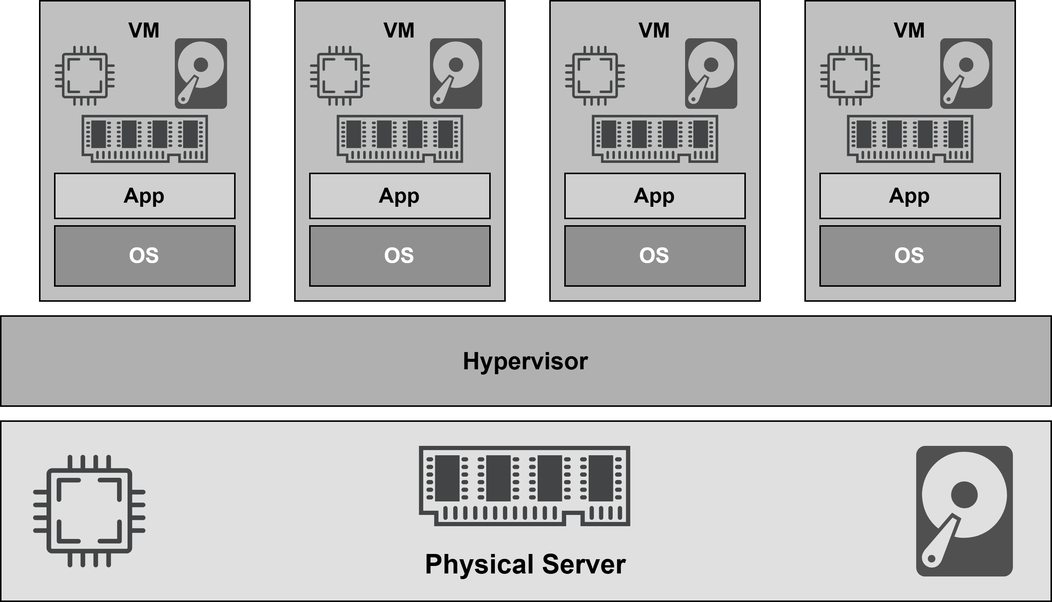
Earlier version of the draw.io export figures/poultonDockerDeepDive2019-vms.png (andygruber/master-thesis-mcce). Source tidied: cells renumbered, new cells last; positions are measured from the earlier drawing's top-left corner, leaving out a move shared by most shapes.
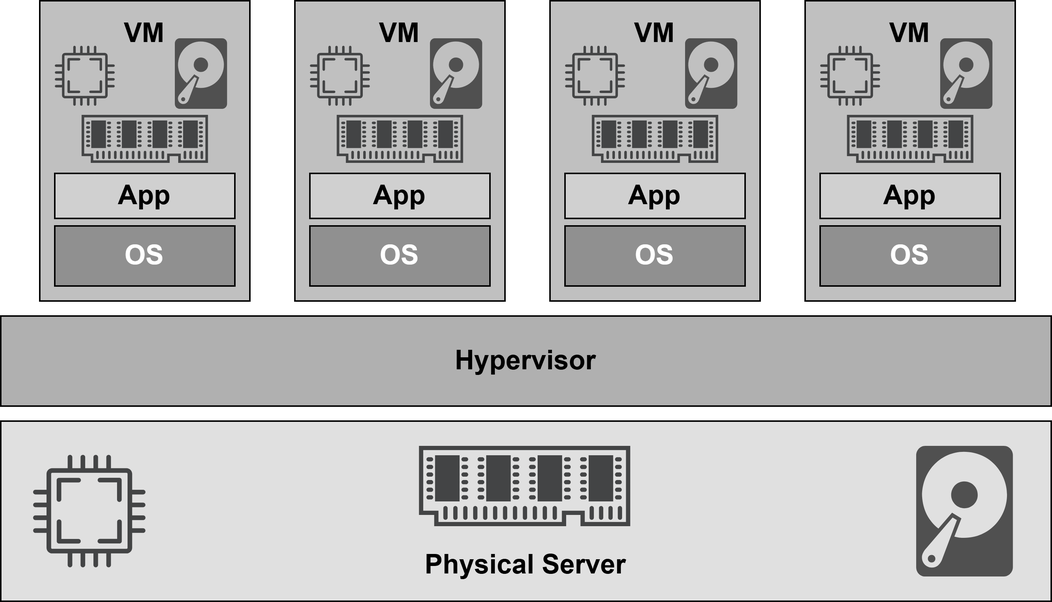
After the commit.

Change to the diagram source:
```diff
@@ -5,16 +5,16 @@
     <mxCell id="2" value="Physical Server" style="rounded=0;whiteSpace=wrap;html=1;fillColor=#E0E0E0;strokeColor=#000000;fontColor=#000000;fontSize=18;fontStyle=1;verticalAlign=bottom;spacingBottom=10;" parent="1" vertex="1">
       <mxGeometry y="280" width="700" height="120" as="geometry" />
     </mxCell>
-    <mxCell id="3" value="Hypervisor" style="rounded=0;whiteSpace=wrap;html=1;fillColor=#B0B0B0;strokeColor=#000000;fontColor=#000000;fontSize=16;fontStyle=1;" parent="1" vertex="1">
+    <mxCell id="3" value="Hypervisor" style="rounded=0;whiteSpace=wrap;html=1;fillColor=#B0B0B0;strokeColor=#000000;fontColor=#000000;fontSize=18;fontStyle=1;" parent="1" vertex="1">
       <mxGeometry y="210" width="700" height="60" as="geometry" />
     </mxCell>
-    <mxCell id="4" value="VM" style="rounded=0;whiteSpace=wrap;html=1;fillColor=#C0C0C0;strokeColor=#000000;fontColor=#000000;fontSize=14;fontStyle=1;verticalAlign=top;spacingTop=5;" parent="1" vertex="1">
+    <mxCell id="4" value="VM" style="rounded=0;whiteSpace=wrap;html=1;fillColor=#C0C0C0;strokeColor=#000000;fontColor=#000000;fontSize=18;fontStyle=1;verticalAlign=top;spacingTop=5;" parent="1" vertex="1">
       <mxGeometry x="26" width="140" height="200" as="geometry" />
     </mxCell>
-    <mxCell id="5" value="OS" style="rounded=0;whiteSpace=wrap;html=1;fillColor=#909090;strokeColor=#000000;fontColor=#FFFFFF;fontSize=14;fontStyle=1;" parent="1" vertex="1">
+    <mxCell id="5" value="OS" style="rounded=0;whiteSpace=wrap;html=1;fillColor=#909090;strokeColor=#000000;fontColor=#FFFFFF;fontSize=18;fontStyle=1;" parent="1" vertex="1">
       <mxGeometry x="36" y="150" width="120" height="40" as="geometry" />
     </mxCell>
-    <mxCell id="6" value="App" style="rounded=0;whiteSpace=wrap;html=1;fillColor=#D0D0D0;strokeColor=#000000;fontColor=#000000;fontSize=14;fontStyle=1;" parent="1" vertex="1">
+    <mxCell id="6" value="App" style="rounded=0;whiteSpace=wrap;html=1;fillColor=#D0D0D0;strokeColor=#000000;fontColor=#000000;fontSize=18;fontStyle=1;" parent="1" vertex="1">
       <mxGeometry x="36" y="115" width="120" height="30" as="geometry" />
     </mxCell>
     <mxCell id="7" style="sketch=0;shadow=0;dashed=0;html=1;strokeColor=none;fillColor=#505050;labelPosition=center;verticalLabelPosition=bottom;verticalAlign=top;align=center;shape=mxgraph.office.devices.hard_disk;" parent="1" vertex="1">
@@ -35,13 +35,13 @@
     <mxCell id="12" style="sketch=0;shadow=0;dashed=0;html=1;strokeColor=none;fillColor=#434445;labelPosition=center;verticalLabelPosition=bottom;verticalAlign=top;align=center;shape=mxgraph.vvd.memory;" parent="1" vertex="1">
       <mxGeometry x="53.9" y="76" width="84.2" height="32" as="geometry" />
     </mxCell>
-    <mxCell id="13" value="VM" style="rounded=0;whiteSpace=wrap;html=1;fillColor=#C0C0C0;strokeColor=#000000;fontColor=#000000;fontSize=14;fontStyle=1;verticalAlign=top;spacingTop=5;" parent="1" vertex="1">
+    <mxCell id="13" value="VM" style="rounded=0;whiteSpace=wrap;html=1;fillColor=#C0C0C0;strokeColor=#000000;fontColor=#000000;fontSize=18;fontStyle=1;verticalAlign=top;spacingTop=5;" parent="1" vertex="1">
       <mxGeometry x="196" width="140" height="200" as="geometry" />
     </mxCell>
-    <mxCell id="14" value="OS" style="rounded=0;whiteSpace=wrap;html=1;fillColor=#909090;strokeColor=#000000;fontColor=#FFFFFF;fontSize=14;fontStyle=1;" parent="1" vertex="1">
+    <mxCell id="14" value="OS" style="rounded=0;whiteSpace=wrap;html=1;fillColor=#909090;strokeColor=#000000;fontColor=#FFFFFF;fontSize=18;fontStyle=1;" parent="1" vertex="1">
       <mxGeometry x="206" y="150" width="120" height="40" as="geometry" />
     </mxCell>
-    <mxCell id="15" value="App" style="rounded=0;whiteSpace=wrap;html=1;fillColor=#D0D0D0;strokeColor=#000000;fontColor=#000000;fontSize=14;fontStyle=1;" parent="1" vertex="1">
+    <mxCell id="15" value="App" style="rounded=0;whiteSpace=wrap;html=1;fillColor=#D0D0D0;strokeColor=#000000;fontColor=#000000;fontSize=18;fontStyle=1;" parent="1" vertex="1">
       <mxGeometry x="206" y="115" width="120" height="30" as="geometry" />
     </mxCell>
     <mxCell id="16" style="sketch=0;shadow=0;dashed=0;html=1;strokeColor=none;fillColor=#434445;labelPosition=center;verticalLabelPosition=bottom;verticalAlign=top;align=center;shape=mxgraph.vvd.cpu;" parent="1" vertex="1">
@@ -53,13 +53,13 @@
     <mxCell id="18" style="sketch=0;shadow=0;dashed=0;html=1;strokeColor=none;fillColor=#434445;labelPosition=center;verticalLabelPosition=bottom;verticalAlign=top;align=center;shape=mxgraph.vvd.memory;" parent="1" vertex="1">
       <mxGeometry x="223.9" y="76" width="84.2" height="32" as="geometry" />
     </mxCell>
-    <mxCell id="19" value="VM" style="rounded=0;whiteSpace=wrap;html=1;fillColor=#C0C0C0;strokeColor=#000000;fontColor=#000000;fontSize=14;fontStyle=1;verticalAlign=top;spacingTop=5;" parent="1" vertex="1">
+    <mxCell id="19" value="VM" style="rounded=0;whiteSpace=wrap;html=1;fillColor=#C0C0C0;strokeColor=#000000;fontColor=#000000;fontSize=18;fontStyle=1;verticalAlign=top;spacingTop=5;" parent="1" vertex="1">
       <mxGeometry x="366" width="140" height="200" as="geometry" />
     </mxCell>
-    <mxCell id="20" value="OS" style="rounded=0;whiteSpace=wrap;html=1;fillColor=#909090;strokeColor=#000000;fontColor=#FFFFFF;fontSize=14;fontStyle=1;" parent="1" vertex="1">
+    <mxCell id="20" value="OS" style="rounded=0;whiteSpace=wrap;html=1;fillColor=#909090;strokeColor=#000000;fontColor=#FFFFFF;fontSize=18;fontStyle=1;" parent="1" vertex="1">
       <mxGeometry x="376" y="150" width="120" height="40" as="geometry" />
     </mxCell>
-    <mxCell id="21" value="App" style="rounded=0;whiteSpace=wrap;html=1;fillColor=#D0D0D0;strokeColor=#000000;fontColor=#000000;fontSize=14;fontStyle=1;" parent="1" vertex="1">
+    <mxCell id="21" value="App" style="rounded=0;whiteSpace=wrap;html=1;fillColor=#D0D0D0;strokeColor=#000000;fontColor=#000000;fontSize=18;fontStyle=1;" parent="1" vertex="1">
       <mxGeometry x="376" y="115" width="120" height="30" as="geometry" />
     </mxCell>
     <mxCell id="22" style="sketch=0;shadow=0;dashed=0;html=1;strokeColor=none;fillColor=#434445;labelPosition=center;verticalLabelPosition=bottom;verticalAlign=top;align=center;shape=mxgraph.vvd.cpu;" parent="1" vertex="1">
@@ -71,13 +71,13 @@
     <mxCell id="24" style="sketch=0;shadow=0;dashed=0;html=1;strokeColor=none;fillColor=#434445;labelPosition=center;verticalLabelPosition=bottom;verticalAlign=top;align=center;shape=mxgraph.vvd.memory;" parent="1" vertex="1">
       <mxGeometry x="393.9" y="76" width="84.2" height="32" as="geometry" />
     </mxCell>
-    <mxCell id="25" value="VM" style="rounded=0;whiteSpace=wrap;html=1;fillColor=#C0C0C0;strokeColor=#000000;fontColor=#000000;fontSize=14;fontStyle=1;verticalAlign=top;spacingTop=5;" parent="1" vertex="1">
+    <mxCell id="25" value="VM" style="rounded=0;whiteSpace=wrap;html=1;fillColor=#C0C0C0;strokeColor=#000000;fontColor=#000000;fontSize=18;fontStyle=1;verticalAlign=top;spacingTop=5;" parent="1" vertex="1">
       <mxGeometry x="536" width="140" height="200" as="geometry" />
     </mxCell>
-    <mxCell id="26" value="OS" style="rounded=0;whiteSpace=wrap;html=1;fillColor=#909090;strokeColor=#000000;fontColor=#FFFFFF;fontSize=14;fontStyle=1;" parent="1" vertex="1">
+    <mxCell id="26" value="OS" style="rounded=0;whiteSpace=wrap;html=1;fillColor=#909090;strokeColor=#000000;fontColor=#FFFFFF;fontSize=18;fontStyle=1;" parent="1" vertex="1">
       <mxGeometry x="546" y="150" width="120" height="40" as="geometry" />
     </mxCell>
-    <mxCell id="27" value="App" style="rounded=0;whiteSpace=wrap;html=1;fillColor=#D0D0D0;strokeColor=#000000;fontColor=#000000;fontSize=14;fontStyle=1;" parent="1" vertex="1">
+    <mxCell id="27" value="App" style="rounded=0;whiteSpace=wrap;html=1;fillColor=#D0D0D0;strokeColor=#000000;fontColor=#000000;fontSize=18;fontStyle=1;" parent="1" vertex="1">
       <mxGeometry x="546" y="115" width="120" height="30" as="geometry" />
     </mxCell>
     <mxCell id="28" style="sketch=0;shadow=0;dashed=0;html=1;strokeColor=none;fillColor=#434445;labelPosition=center;verticalLabelPosition=bottom;verticalAlign=top;align=center;shape=mxgraph.vvd.cpu;" parent="1" vertex="1">
```
